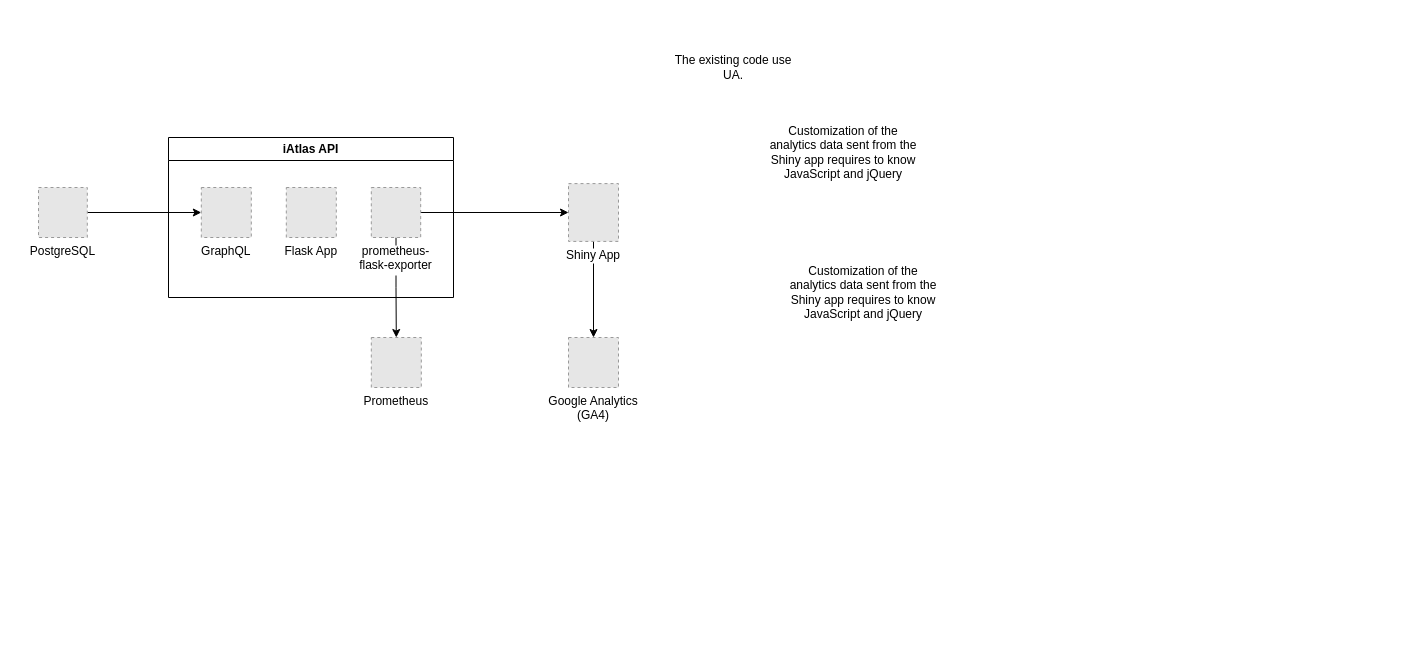
The draw.io diagram diagrams/iatlas-infra.drawio in Sage-Bionetworks/sage-monorepo, before the edit. Source tidied: cells renumbered, new cells numbered last; positions are measured from the earlier drawing's top-left corner, leaving out a move shared by most shapes. Both pictures are drawn from the tidied source at 100%, with x=0, y=0 at pixel (38, 47). Pictures stored in the file or linked from it are replaced by grey dashed boxes.
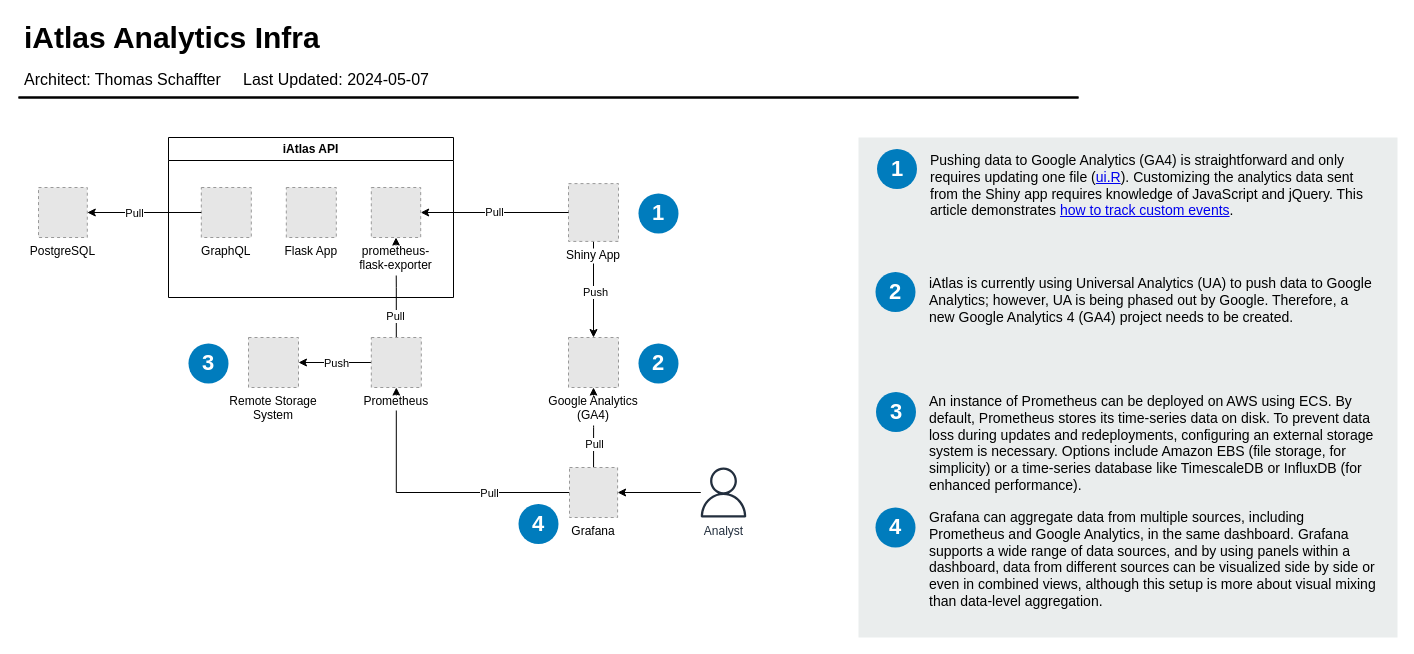
Above is the later version.

The change refers to these unchanged cells:
```xml
<mxCell id="3" style="edgeStyle=orthogonalEdgeStyle;rounded=0;jettySize=auto;html=1;entryX=0.5;entryY=0;entryDx=0;entryDy=0;" parent="1" edge="1" source="4" target="5">
  <mxGeometry relative="1" as="geometry" />
</mxCell>
<mxCell id="4" value="Shiny App" style="fillColor=#E6E6E6;strokeColor=#999999;dashed=1;verticalLabelPosition=bottom;labelBackgroundColor=default;verticalAlign=top;" parent="1" vertex="1">
  <mxGeometry x="530" y="136.1" width="50" height="57.8" as="geometry" />
</mxCell>
<mxCell id="10" value="PostgreSQL" style="fillColor=#E6E6E6;strokeColor=#999999;dashed=1;verticalLabelPosition=bottom;labelBackgroundColor=default;verticalAlign=top;" parent="1" vertex="1">
  <mxGeometry y="140" width="48.8" height="50" as="geometry" />
</mxCell>
<mxCell id="14" value="GraphQL" style="fillColor=#E6E6E6;strokeColor=#999999;dashed=1;verticalLabelPosition=bottom;labelBackgroundColor=default;verticalAlign=top;" parent="13" vertex="1">
  <mxGeometry x="32.8" y="50" width="50" height="50" as="geometry" />
</mxCell>
<mxCell id="16" value="prometheus-&#10;flask-exporter" style="fillColor=#E6E6E6;strokeColor=#999999;dashed=1;verticalLabelPosition=bottom;labelBackgroundColor=default;verticalAlign=top;" parent="13" vertex="1">
  <mxGeometry x="202.8" y="50" width="49.4" height="50" as="geometry" />
</mxCell>
```

Diff of the diagram source:
```diff
@@
-    <mxCell id="2" value="Prometheus" style="fillColor=#E6E6E6;strokeColor=#999999;dashed=1;verticalLabelPosition=bottom;labelBackgroundColor=default;verticalAlign=top;" parent="1" vertex="1">
-      <mxGeometry x="332.8" y="290" width="50" height="50" as="geometry" />
-    </mxCell>
+    <mxCell id="17" style="edgeStyle=orthogonalEdgeStyle;rounded=0;jettySize=auto;html=1;entryX=1;entryY=0.5;entryDx=0;entryDy=0;" parent="1" edge="1" source="2" target="30">
+      <mxGeometry relative="1" as="geometry" />
+    </mxCell>
+    <mxCell id="18" value="Push" style="edgeLabel;html=1;align=center;verticalAlign=middle;" parent="17" vertex="1">
+      <mxGeometry x="0.15" y="-2" relative="1" as="geometry">
+        <mxPoint x="7" y="2" as="offset" />
+      </mxGeometry>
+    </mxCell>
@@
+    <mxCell id="19" value="Push" style="edgeLabel;html=1;align=center;verticalAlign=middle;" parent="3" vertex="1">
+      <mxGeometry x="0.06" y="1" relative="1" as="geometry" />
+    </mxCell>
@@
-    <mxCell id="5" value="Google Analytics&#10;(GA4)" style="fillColor=#E6E6E6;strokeColor=#999999;dashed=1;verticalLabelPosition=bottom;labelBackgroundColor=default;verticalAlign=top;" parent="1" vertex="1">
-      <mxGeometry x="530" y="290" width="50" height="50" as="geometry" />
-    </mxCell>
-    <mxCell id="6" value="&lt;div&gt;Customization of the analytics data sent from the Shiny app requires to know JavaScript and jQuery&lt;br&gt;&lt;/div&gt;" style="text;strokeColor=none;align=center;fillColor=none;html=1;verticalAlign=middle;whiteSpace=wrap;rounded=0;" parent="1" vertex="1">
-      <mxGeometry x="730" y="50" width="150" height="110" as="geometry" />
-    </mxCell>
-    <mxCell id="7" value="&lt;div&gt;Customization of the analytics data sent from the Shiny app requires to know JavaScript and jQuery&lt;br&gt;&lt;/div&gt;" style="text;strokeColor=none;align=center;fillColor=none;html=1;verticalAlign=middle;whiteSpace=wrap;rounded=0;" parent="1" vertex="1">
-      <mxGeometry x="750" y="190" width="150" height="110" as="geometry" />
-    </mxCell>
-    <mxCell id="8" value="The existing code use UA." style="text;strokeColor=none;align=center;fillColor=none;html=1;verticalAlign=middle;whiteSpace=wrap;rounded=0;" parent="1" vertex="1">
-      <mxGeometry x="635" width="120" height="40" as="geometry" />
-    </mxCell>
-    <mxCell id="9" style="edgeStyle=orthogonalEdgeStyle;rounded=0;jettySize=auto;html=1;entryX=0;entryY=0.5;entryDx=0;entryDy=0;" parent="1" edge="1" source="10" target="14">
-      <mxGeometry relative="1" as="geometry" />
-    </mxCell>
@@
-    <mxCell id="11" style="edgeStyle=orthogonalEdgeStyle;rounded=0;jettySize=auto;html=1;entryX=0;entryY=0.5;entryDx=0;entryDy=0;" parent="1" edge="1" source="16" target="4">
+    <mxCell id="11" value="Pull" style="edgeStyle=orthogonalEdgeStyle;rounded=0;jettySize=auto;html=1;exitX=0;exitY=0.5;exitDx=0;exitDy=0;" parent="1" edge="1" source="4" target="16">
       <mxGeometry relative="1" as="geometry" />
     </mxCell>
-    <mxCell id="12" style="edgeStyle=orthogonalEdgeStyle;rounded=0;jettySize=auto;html=1;entryX=0.5;entryY=0;entryDx=0;entryDy=0;" parent="1" edge="1" source="16" target="2">
+    <mxCell id="12" style="edgeStyle=orthogonalEdgeStyle;rounded=0;jettySize=auto;html=1;exitX=0.5;exitY=0;exitDx=0;exitDy=0;" parent="1" edge="1" source="2" target="16">
       <mxGeometry relative="1" as="geometry" />
     </mxCell>
+    <mxCell id="20" value="Pull" style="edgeLabel;html=1;align=center;verticalAlign=middle;" parent="12" vertex="1">
+      <mxGeometry x="-0.56" y="1" relative="1" as="geometry" />
+    </mxCell>
@@
+    <mxCell id="21" value="iAtlas Analytics Infra" style="text;html=1;align=left;verticalAlign=top;spacingTop=-4;fontSize=30;fontStyle=1;labelBackgroundColor=none;" parent="1" vertex="1">
+      <mxGeometry x="-16" y="-30" width="290" height="40" as="geometry" />
+    </mxCell>
+    <mxCell id="22" value="Architect: Thomas Schaffter&amp;nbsp;&amp;nbsp;&amp;nbsp;&amp;nbsp; Last Updated: 2024-05-07" style="text;html=1;align=left;verticalAlign=top;spacingTop=-4;fontSize=16;labelBackgroundColor=none;" parent="1" vertex="1">
+      <mxGeometry x="-16" y="20" width="430" height="30" as="geometry" />
+    </mxCell>
+    <mxCell id="23" style="line;strokeWidth=2;html=1;fontSize=14;labelBackgroundColor=none;" parent="1" vertex="1">
+      <mxGeometry x="-20" y="45" width="1060" height="10" as="geometry" />
+    </mxCell>
+    <mxCell id="24" style="line;strokeWidth=2;html=1;fontSize=14;labelBackgroundColor=none;" parent="1" vertex="1">
+      <mxGeometry x="-20" y="45" width="1060" height="10" as="geometry" />
+    </mxCell>
+    <mxCell id="25" style="edgeStyle=orthogonalEdgeStyle;rounded=0;jettySize=auto;html=1;entryX=0.5;entryY=1;entryDx=0;entryDy=0;" parent="1" edge="1" source="29" target="2">
+      <mxGeometry relative="1" as="geometry" />
+    </mxCell>
+    <mxCell id="26" value="Pull" style="edgeLabel;html=1;align=center;verticalAlign=middle;" parent="25" vertex="1">
+      <mxGeometry x="-0.24" y="3" relative="1" as="geometry">
+        <mxPoint x="25" y="-3" as="offset" />
+      </mxGeometry>
+    </mxCell>
+    <mxCell id="27" style="edgeStyle=orthogonalEdgeStyle;rounded=0;jettySize=auto;html=1;exitX=0.5;exitY=0;exitDx=0;exitDy=0;entryX=0.5;entryY=1;entryDx=0;entryDy=0;" parent="1" edge="1" source="29" target="5">
+      <mxGeometry relative="1" as="geometry" />
+    </mxCell>
+    <mxCell id="28" value="Pull" style="edgeLabel;html=1;align=center;verticalAlign=middle;" parent="27" vertex="1">
+      <mxGeometry x="-0.4" relative="1" as="geometry" />
+    </mxCell>
+    <mxCell id="29" value="Grafana" style="fillColor=#E6E6E6;strokeColor=#999999;dashed=1;verticalLabelPosition=bottom;labelBackgroundColor=default;verticalAlign=top;" parent="1" vertex="1">
+      <mxGeometry x="531" y="420" width="48.1" height="50" as="geometry" />
+    </mxCell>
+    <mxCell id="30" value="Remote Storage&#10;System" style="fillColor=#E6E6E6;strokeColor=#999999;dashed=1;verticalLabelPosition=bottom;labelBackgroundColor=default;verticalAlign=top;" parent="1" vertex="1">
+      <mxGeometry x="210" y="290" width="50" height="50" as="geometry" />
+    </mxCell>
+    <mxCell id="9" style="edgeStyle=orthogonalEdgeStyle;rounded=0;jettySize=auto;html=1;exitX=0;exitY=0.5;exitDx=0;exitDy=0;" parent="1" edge="1" source="14" target="10">
+      <mxGeometry relative="1" as="geometry" />
+    </mxCell>
+    <mxCell id="31" value="Pull" style="edgeLabel;html=1;align=center;verticalAlign=middle;" parent="9" vertex="1">
+      <mxGeometry x="0.17" y="2" relative="1" as="geometry">
+        <mxPoint y="-2" as="offset" />
+      </mxGeometry>
+    </mxCell>
+    <mxCell id="5" value="Google Analytics&#10;(GA4)" style="fillColor=#E6E6E6;strokeColor=#999999;dashed=1;verticalLabelPosition=bottom;labelBackgroundColor=default;verticalAlign=top;" parent="1" vertex="1">
+      <mxGeometry x="530" y="290" width="50" height="50" as="geometry" />
+    </mxCell>
+    <mxCell id="32" style="edgeStyle=orthogonalEdgeStyle;rounded=0;jettySize=auto;html=1;entryX=1;entryY=0.5;entryDx=0;entryDy=0;" parent="1" edge="1" source="33" target="29">
+      <mxGeometry relative="1" as="geometry" />
+    </mxCell>
+    <mxCell id="33" value="Analyst" style="outlineConnect=0;fontColor=#232F3E;gradientColor=none;fillColor=#232F3E;strokeColor=none;dashed=0;verticalLabelPosition=bottom;verticalAlign=top;align=center;html=1;fontSize=12;fontStyle=0;shape=mxgraph.aws4.user;labelBackgroundColor=none;" parent="1" vertex="1">
+      <mxGeometry x="660" y="420" width="50" height="50" as="geometry" />
+    </mxCell>
+    <mxCell id="2" value="Prometheus" style="fillColor=#E6E6E6;strokeColor=#999999;dashed=1;verticalLabelPosition=bottom;labelBackgroundColor=default;verticalAlign=top;" parent="1" vertex="1">
+      <mxGeometry x="332.8" y="290" width="50" height="50" as="geometry" />
+    </mxCell>
+    <mxCell id="34" value="1" style="rounded=1;whiteSpace=wrap;html=1;fillColor=#007CBD;strokeColor=none;fontColor=#FFFFFF;fontStyle=1;fontSize=22;labelBackgroundColor=none;arcSize=50;" parent="1" vertex="1">
+      <mxGeometry x="600" y="146" width="40" height="40" as="geometry" />
+    </mxCell>
+    <mxCell id="35" value="2" style="rounded=1;whiteSpace=wrap;html=1;fillColor=#007CBD;strokeColor=none;fontColor=#FFFFFF;fontStyle=1;fontSize=22;labelBackgroundColor=none;arcSize=50;" parent="1" vertex="1">
+      <mxGeometry x="600" y="296" width="40" height="40" as="geometry" />
+    </mxCell>
+    <mxCell id="36" value="3" style="rounded=1;whiteSpace=wrap;html=1;fillColor=#007CBD;strokeColor=none;fontColor=#FFFFFF;fontStyle=1;fontSize=22;labelBackgroundColor=none;arcSize=50;" parent="1" vertex="1">
+      <mxGeometry x="150" y="296" width="40" height="40" as="geometry" />
+    </mxCell>
+    <mxCell id="37" value="4" style="rounded=1;whiteSpace=wrap;html=1;fillColor=#007CBD;strokeColor=none;fontColor=#FFFFFF;fontStyle=1;fontSize=22;labelBackgroundColor=none;arcSize=50;" parent="1" vertex="1">
+      <mxGeometry x="480" y="456.5" width="40" height="40" as="geometry" />
+    </mxCell>
+    <mxCell id="38" style="rounded=0;whiteSpace=wrap;html=1;fillColor=#EAEDED;fontSize=22;fontColor=#FFFFFF;strokeColor=none;labelBackgroundColor=none;" parent="1" vertex="1">
+      <mxGeometry x="820" y="90" width="539" height="500" as="geometry" />
+    </mxCell>
+    <mxCell id="39" value="Pushing data to Google Analytics (GA4) is straightforward and only requires updating one file (&lt;a href=&quot;https://gitlab.com/cri-iatlas/iatlas-app/-/blob/master/ui.R#L65-80&quot;&gt;ui.R&lt;/a&gt;). Customizing the analytics data sent from the Shiny app requires knowledge of JavaScript and jQuery. This article demonstrates &lt;a href=&quot;https://www.appsilon.com/post/r-shiny-google-analytics&quot;&gt;how to track custom events&lt;/a&gt;." style="text;html=1;align=left;verticalAlign=top;spacingTop=-4;fontSize=14;labelBackgroundColor=none;whiteSpace=wrap;" parent="1" vertex="1">
+      <mxGeometry x="890" y="102" width="449" height="118" as="geometry" />
+    </mxCell>
+    <mxCell id="40" value="iAtlas is currently using Universal Analytics (UA) to push data to Google Analytics; however, UA is being phased out by Google. Therefore, a new Google Analytics 4 (GA4) project needs to be created." style="text;html=1;align=left;verticalAlign=top;spacingTop=-4;fontSize=14;labelBackgroundColor=none;whiteSpace=wrap;" parent="1" vertex="1">
+      <mxGeometry x="889" y="225" width="450" height="115" as="geometry" />
+    </mxCell>
+    <mxCell id="41" value="An instance of Prometheus can be deployed on AWS using ECS. By default, Prometheus stores its time-series data on disk. To prevent data loss during updates and redeployments, configuring an external storage system is necessary. Options include Amazon EBS (file storage, for simplicity) or a time-series database like TimescaleDB or InfluxDB (for enhanced performance)." style="text;html=1;align=left;verticalAlign=top;spacingTop=-4;fontSize=14;labelBackgroundColor=none;whiteSpace=wrap;" parent="1" vertex="1">
+      <mxGeometry x="889" y="343" width="450" height="117" as="geometry" />
+    </mxCell>
+    <mxCell id="42" value="Grafana can aggregate data from multiple sources, including Prometheus and Google Analytics, in the same dashboard. Grafana supports a wide range of data sources, and by using panels within a dashboard, data from different sources can be visualized side by side or even in combined views, although this setup is more about visual mixing than data-level aggregation." style="text;html=1;align=left;verticalAlign=top;spacingTop=-4;fontSize=14;labelBackgroundColor=none;whiteSpace=wrap;" parent="1" vertex="1">
+      <mxGeometry x="889" y="459" width="450" height="121" as="geometry" />
+    </mxCell>
+    <mxCell id="43" value="1" style="rounded=1;whiteSpace=wrap;html=1;fillColor=#007CBD;strokeColor=none;fontColor=#FFFFFF;fontStyle=1;fontSize=22;labelBackgroundColor=none;arcSize=50;" parent="1" vertex="1">
+      <mxGeometry x="838.5" y="101.5" width="40" height="40" as="geometry" />
+    </mxCell>
+    <mxCell id="44" value="2" style="rounded=1;whiteSpace=wrap;html=1;fillColor=#007CBD;strokeColor=none;fontColor=#FFFFFF;fontStyle=1;fontSize=22;labelBackgroundColor=none;arcSize=50;" parent="1" vertex="1">
+      <mxGeometry x="837" y="224.5" width="40" height="40" as="geometry" />
+    </mxCell>
+    <mxCell id="45" value="3" style="rounded=1;whiteSpace=wrap;html=1;fillColor=#007CBD;strokeColor=none;fontColor=#FFFFFF;fontStyle=1;fontSize=22;labelBackgroundColor=none;arcSize=50;" parent="1" vertex="1">
+      <mxGeometry x="837.5" y="344.5" width="40" height="40" as="geometry" />
+    </mxCell>
+    <mxCell id="46" value="4" style="rounded=1;whiteSpace=wrap;html=1;fillColor=#007CBD;strokeColor=none;fontColor=#FFFFFF;fontStyle=1;fontSize=22;labelBackgroundColor=none;arcSize=50;" parent="1" vertex="1">
+      <mxGeometry x="837" y="460" width="40" height="40" as="geometry" />
+    </mxCell>
```
